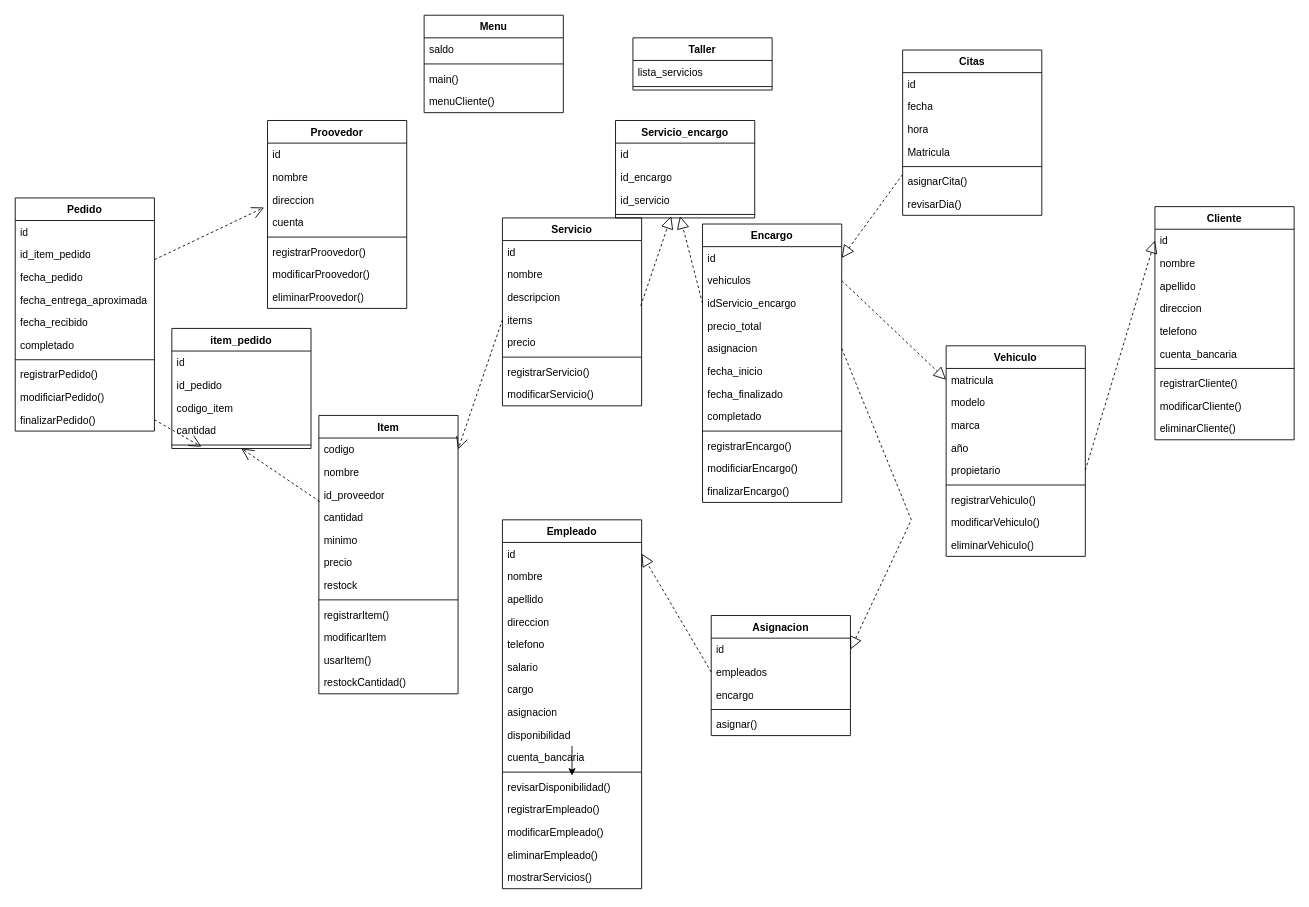
Earlier version of the draw.io diagram DiagramaClases.drawio (fabricio-cesur/Gestor-Taller). Source tidied: cells renumbered, new cells numbered last; positions are measured from the earlier drawing's top-left corner, leaving out a move shared by most shapes. Both pictures are drawn from the tidied source at 87%, with x=0, y=0 at pixel (15, 15).
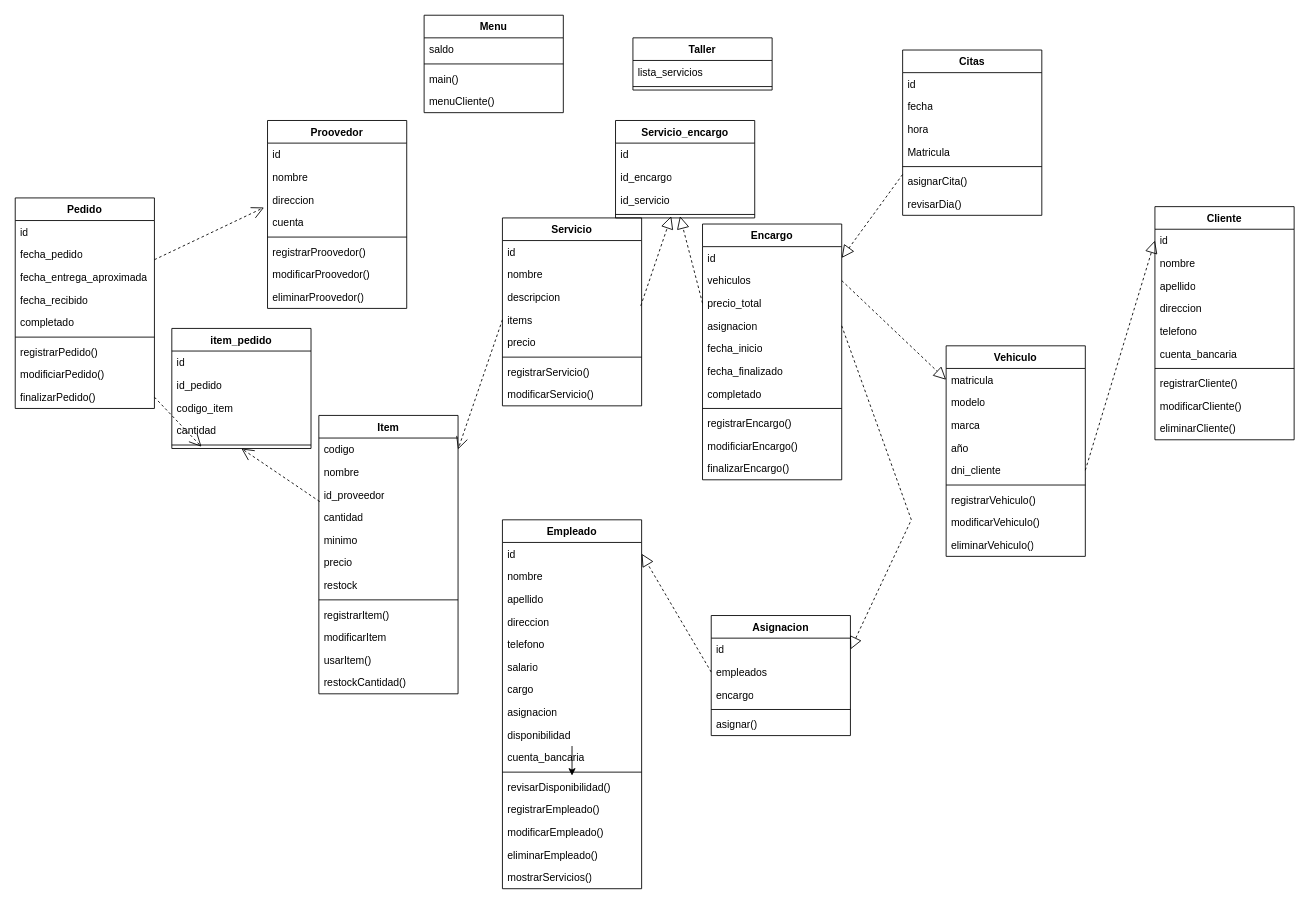
The same page after the edit.

Unchanged cells that the change refers to:
```xml
<mxCell id="18" value="Vehiculo" style="swimlane;fontStyle=1;align=center;verticalAlign=top;horizontal=1;startSize=26;whiteSpace=wrap;html=1;" parent="1" vertex="1">
  <mxGeometry x="1070" y="380" width="160" height="242" as="geometry" />
</mxCell>
<mxCell id="129" style="line;strokeWidth=1;fillColor=none;align=left;verticalAlign=middle;spacingTop=-1;spacingLeft=3;spacingRight=3;labelPosition=right;points=[];portConstraint=eastwest;strokeColor=inherit;" parent="125" vertex="1">
  <mxGeometry y="104" width="160" height="8" as="geometry" />
</mxCell>
```

Diff of the diagram source:
```diff
@@
-    <mxCell id="23" value="propietario" style="text;strokeColor=none;fillColor=none;align=left;verticalAlign=top;spacingLeft=4;spacingRight=4;overflow=hidden;points=[[0,0.5],[1,0.5]];portConstraint=eastwest;whiteSpace=wrap;html=1;" parent="18" vertex="1">
+    <mxCell id="23" value="dni_cliente" style="text;strokeColor=none;fillColor=none;align=left;verticalAlign=top;spacingLeft=4;spacingRight=4;overflow=hidden;points=[[0,0.5],[1,0.5]];portConstraint=eastwest;whiteSpace=wrap;html=1;" parent="18" vertex="1">
       <mxGeometry y="130" width="160" height="26" as="geometry" />
     </mxCell>
@@
     <mxCell id="77" value="Encargo" style="swimlane;fontStyle=1;align=center;verticalAlign=top;horizontal=1;startSize=26;whiteSpace=wrap;html=1;" parent="1" vertex="1">
-      <mxGeometry x="790" y="240" width="160" height="320" as="geometry" />
+      <mxGeometry x="790" y="240" width="160" height="294" as="geometry" />
     </mxCell>
@@
-    <mxCell id="80" value="idServicio_encargo" style="text;strokeColor=none;fillColor=none;align=left;verticalAlign=top;spacingLeft=4;spacingRight=4;overflow=hidden;points=[[0,0.5],[1,0.5]];portConstraint=eastwest;whiteSpace=wrap;html=1;" parent="77" vertex="1">
-      <mxGeometry y="78" width="160" height="26" as="geometry" />
-    </mxCell>
     <mxCell id="81" value="precio_total" style="text;strokeColor=none;fillColor=none;align=left;verticalAlign=top;spacingLeft=4;spacingRight=4;overflow=hidden;whiteSpace=wrap;html=1;" parent="77" vertex="1">
-      <mxGeometry y="104" width="160" height="26" as="geometry" />
+      <mxGeometry y="78" width="160" height="26" as="geometry" />
     </mxCell>
     <mxCell id="82" value="asignacion" style="text;strokeColor=none;fillColor=none;align=left;verticalAlign=top;spacingLeft=4;spacingRight=4;overflow=hidden;points=[[0,0.5],[1,0.5]];portConstraint=eastwest;whiteSpace=wrap;html=1;" parent="77" vertex="1">
-      <mxGeometry y="130" width="160" height="26" as="geometry" />
+      <mxGeometry y="104" width="160" height="26" as="geometry" />
     </mxCell>
     <mxCell id="83" value="fecha_inicio" style="text;strokeColor=none;fillColor=none;align=left;verticalAlign=top;spacingLeft=4;spacingRight=4;overflow=hidden;whiteSpace=wrap;html=1;" parent="77" vertex="1">
-      <mxGeometry y="156" width="160" height="26" as="geometry" />
+      <mxGeometry y="130" width="160" height="26" as="geometry" />
     </mxCell>
     <mxCell id="84" value="fecha_finalizado" style="text;strokeColor=none;fillColor=none;align=left;verticalAlign=top;spacingLeft=4;spacingRight=4;overflow=hidden;whiteSpace=wrap;html=1;" parent="77" vertex="1">
-      <mxGeometry y="182" width="160" height="26" as="geometry" />
+      <mxGeometry y="156" width="160" height="26" as="geometry" />
     </mxCell>
     <mxCell id="85" value="completado" style="text;strokeColor=none;fillColor=none;align=left;verticalAlign=top;spacingLeft=4;spacingRight=4;overflow=hidden;whiteSpace=wrap;html=1;" parent="77" vertex="1">
-      <mxGeometry y="208" width="160" height="26" as="geometry" />
+      <mxGeometry y="182" width="160" height="26" as="geometry" />
     </mxCell>
     <mxCell id="86" style="line;strokeWidth=1;fillColor=none;align=left;verticalAlign=middle;spacingTop=-1;spacingLeft=3;spacingRight=3;labelPosition=right;strokeColor=inherit;" parent="77" vertex="1">
-      <mxGeometry y="234" width="160" height="8" as="geometry" />
+      <mxGeometry y="208" width="160" height="8" as="geometry" />
     </mxCell>
     <mxCell id="87" value="registrarEncargo()" style="text;strokeColor=none;fillColor=none;align=left;verticalAlign=top;spacingLeft=4;spacingRight=4;overflow=hidden;whiteSpace=wrap;html=1;" parent="77" vertex="1">
-      <mxGeometry y="242" width="160" height="26" as="geometry" />
+      <mxGeometry y="216" width="160" height="26" as="geometry" />
     </mxCell>
     <mxCell id="88" value="modificiarEncargo()" style="text;strokeColor=none;fillColor=none;align=left;verticalAlign=top;spacingLeft=4;spacingRight=4;overflow=hidden;whiteSpace=wrap;html=1;" parent="77" vertex="1">
-      <mxGeometry y="268" width="160" height="26" as="geometry" />
+      <mxGeometry y="242" width="160" height="26" as="geometry" />
     </mxCell>
     <mxCell id="89" value="finalizarEncargo()" style="text;strokeColor=none;fillColor=none;align=left;verticalAlign=top;spacingLeft=4;spacingRight=4;overflow=hidden;whiteSpace=wrap;html=1;" parent="77" vertex="1">
-      <mxGeometry y="294" width="160" height="26" as="geometry" />
+      <mxGeometry y="268" width="160" height="26" as="geometry" />
     </mxCell>
-    <mxCell id="90" style="endArrow=block;dashed=1;endFill=0;endSize=12;html=1;rounded=0;entryX=0.463;entryY=0.75;entryDx=0;entryDy=0;exitX=0;exitY=0.5;exitDx=0;exitDy=0;entryPerimeter=0;" parent="1" edge="1" source="80" target="129">
-      <mxGeometry relative="1" as="geometry" />
+    <mxCell id="90" style="endArrow=block;dashed=1;endFill=0;endSize=12;html=1;rounded=0;entryX=0.463;entryY=0.75;entryDx=0;entryDy=0;exitX=0;exitY=0.5;exitDx=0;exitDy=0;entryPerimeter=0;" parent="1" edge="1" target="129">
+      <mxGeometry relative="1" as="geometry">
+        <mxPoint x="790" y="331" as="sourcePoint" />
+      </mxGeometry>
     </mxCell>
@@
     <mxCell id="114" value="Pedido" style="swimlane;fontStyle=1;align=center;verticalAlign=top;horizontal=1;startSize=26;whiteSpace=wrap;html=1;" parent="1" vertex="1">
-      <mxGeometry y="210" width="160" height="268" as="geometry" />
+      <mxGeometry y="210" width="160" height="242" as="geometry" />
     </mxCell>
@@
-    <mxCell id="116" value="id_item_pedido" style="text;strokeColor=none;fillColor=none;align=left;verticalAlign=top;spacingLeft=4;spacingRight=4;overflow=hidden;whiteSpace=wrap;html=1;" parent="114" vertex="1">
-      <mxGeometry y="52" width="160" height="26" as="geometry" />
-    </mxCell>
     <mxCell id="117" value="fecha_pedido" style="text;strokeColor=none;fillColor=none;align=left;verticalAlign=top;spacingLeft=4;spacingRight=4;overflow=hidden;whiteSpace=wrap;html=1;" parent="114" vertex="1">
-      <mxGeometry y="78" width="160" height="26" as="geometry" />
+      <mxGeometry y="52" width="160" height="26" as="geometry" />
     </mxCell>
     <mxCell id="118" value="fecha_entrega_aproximada" style="text;strokeColor=none;fillColor=none;align=left;verticalAlign=top;spacingLeft=4;spacingRight=4;overflow=hidden;whiteSpace=wrap;html=1;" parent="114" vertex="1">
-      <mxGeometry y="104" width="160" height="26" as="geometry" />
+      <mxGeometry y="78" width="160" height="26" as="geometry" />
     </mxCell>
     <mxCell id="119" value="fecha_recibido" style="text;strokeColor=none;fillColor=none;align=left;verticalAlign=top;spacingLeft=4;spacingRight=4;overflow=hidden;whiteSpace=wrap;html=1;" parent="114" vertex="1">
-      <mxGeometry y="130" width="160" height="26" as="geometry" />
+      <mxGeometry y="104" width="160" height="26" as="geometry" />
     </mxCell>
     <mxCell id="120" value="completado" style="text;strokeColor=none;fillColor=none;align=left;verticalAlign=top;spacingLeft=4;spacingRight=4;overflow=hidden;whiteSpace=wrap;html=1;" parent="114" vertex="1">
-      <mxGeometry y="156" width="160" height="26" as="geometry" />
+      <mxGeometry y="130" width="160" height="26" as="geometry" />
     </mxCell>
     <mxCell id="121" style="line;strokeWidth=1;fillColor=none;align=left;verticalAlign=middle;spacingTop=-1;spacingLeft=3;spacingRight=3;labelPosition=right;strokeColor=inherit;" parent="114" vertex="1">
-      <mxGeometry y="182" width="160" height="8" as="geometry" />
+      <mxGeometry y="156" width="160" height="8" as="geometry" />
     </mxCell>
     <mxCell id="122" value="registrarPedido()" style="text;strokeColor=none;fillColor=none;align=left;verticalAlign=top;spacingLeft=4;spacingRight=4;overflow=hidden;whiteSpace=wrap;html=1;" parent="114" vertex="1">
-      <mxGeometry y="190" width="160" height="26" as="geometry" />
+      <mxGeometry y="164" width="160" height="26" as="geometry" />
     </mxCell>
     <mxCell id="123" value="modificiarPedido()" style="text;strokeColor=none;fillColor=none;align=left;verticalAlign=top;spacingLeft=4;spacingRight=4;overflow=hidden;whiteSpace=wrap;html=1;" parent="114" vertex="1">
-      <mxGeometry y="216" width="160" height="26" as="geometry" />
+      <mxGeometry y="190" width="160" height="26" as="geometry" />
     </mxCell>
     <mxCell id="124" value="finalizarPedido()" style="text;strokeColor=none;fillColor=none;align=left;verticalAlign=top;spacingLeft=4;spacingRight=4;overflow=hidden;points=[[0,0.5],[1,0.5]];portConstraint=eastwest;whiteSpace=wrap;html=1;" parent="114" vertex="1">
-      <mxGeometry y="242" width="160" height="26" as="geometry" />
+      <mxGeometry y="216" width="160" height="26" as="geometry" />
     </mxCell>
```
